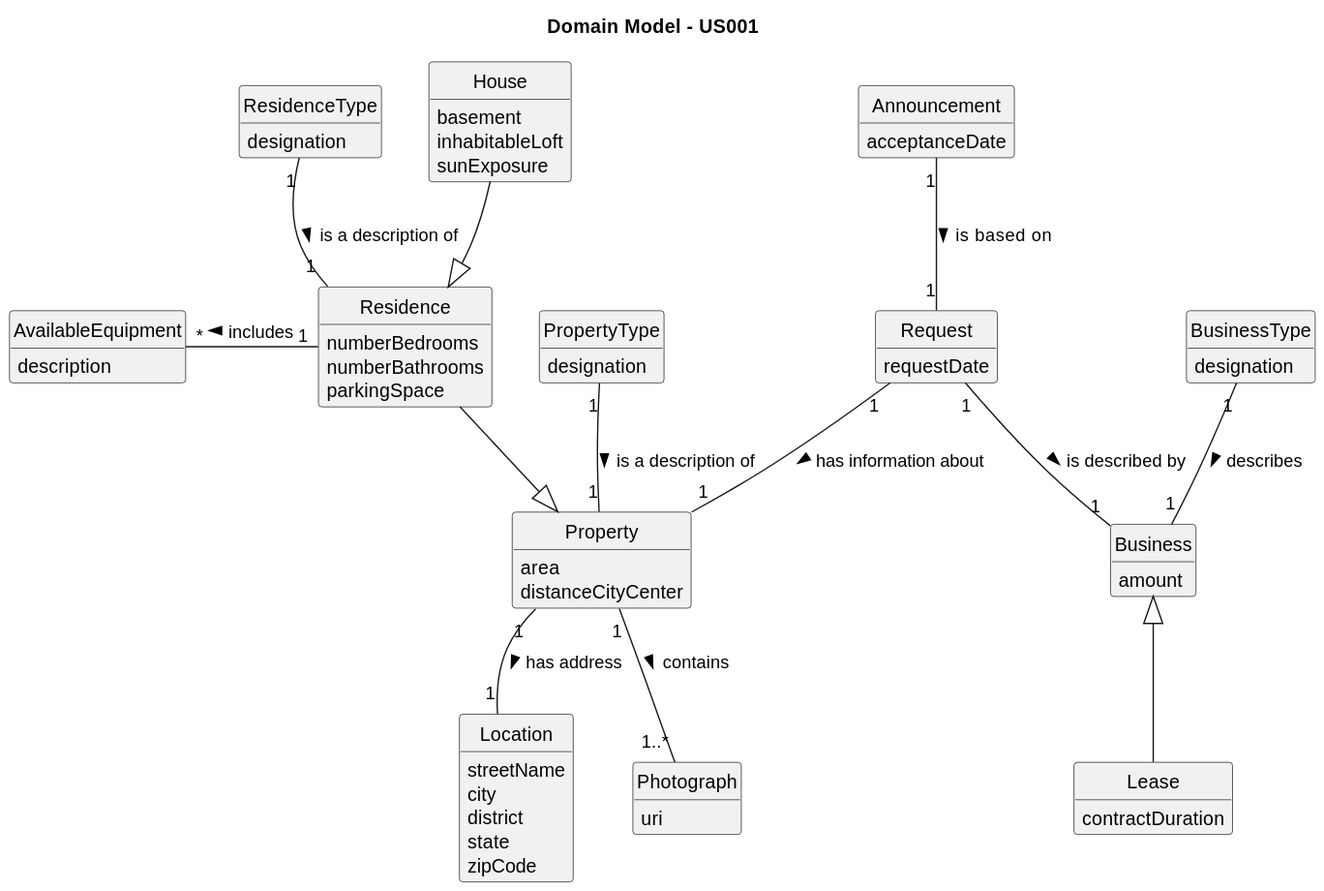
This is docs/sprintB/us001/02.analysis/svg/us001-domain-model.svg from rita-barbosa/LAPR2-2223, a PlantUML export, as it was before one commit. Source of this version:
```plantuml
@startuml
skinparam monochrome true
skinparam packageStyle rectangle
skinparam shadowing false


skinparam classAttributeIconSize 0

hide circle
hide methods

title Domain Model - US001


class Announcement{
acceptanceDate
}

class Property{
 area
 distanceCityCenter
}

class Residence{
 numberBedrooms
 numberBathrooms
 parkingSpace
}

class AvailableEquipment{
description
}

class House{
 basement
 inhabitableLoft
 sunExposure
}

class PropertyType{
designation
}
class ResidenceType{
designation
}
class Photograph{
uri
}
class Location{
streetName
city
district
state
zipCode
}
class Business{
amount
}
class BusinessType{
designation
}
class Lease{
contractDuration
}

class Request{
requestDate
}


Residence  --|>  Property
House --|> Residence
PropertyType "1" -- "1" Property: is a description of >
ResidenceType "1" -- "1" Residence: is a description of >
Property "1" -- "1..*" Photograph: contains >
Property "1"--"1" Location: has address >
Residence "1" -left "*"AvailableEquipment: includes >
Property "1" -up- "1" Request : < has information about
Request "1" -- "1" Business: is described by >
Business <|-- Lease
BusinessType "1" -- "1" Business : describes >
Announcement "1" -- "1" Request : is  based on >
@enduml
```
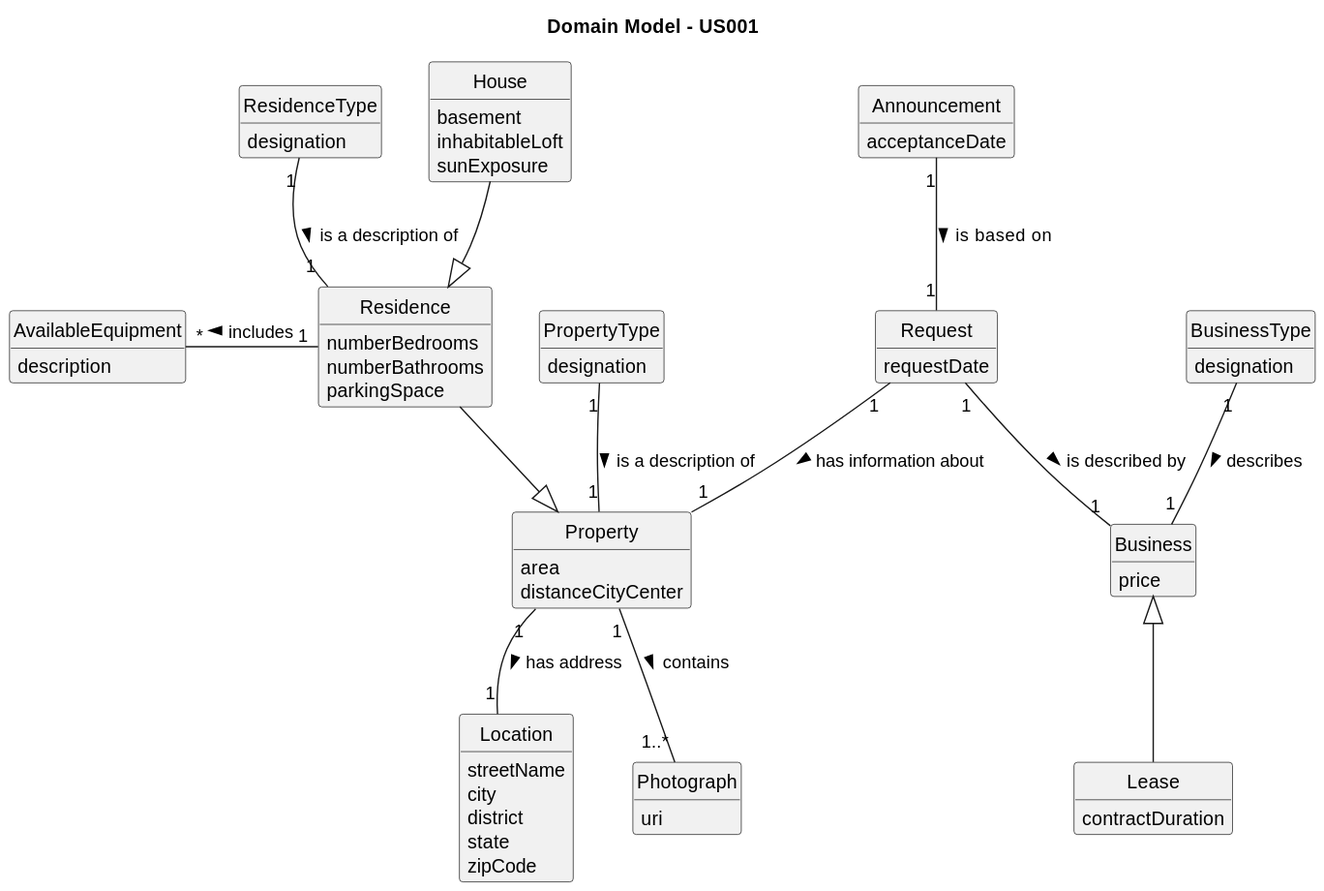
After the commit.

Change to the diagram source:
```diff
@@ -54,7 +54,7 @@
 zipCode
 }
 class Business{
-amount
+price
 }
 class BusinessType{
 designation
```
